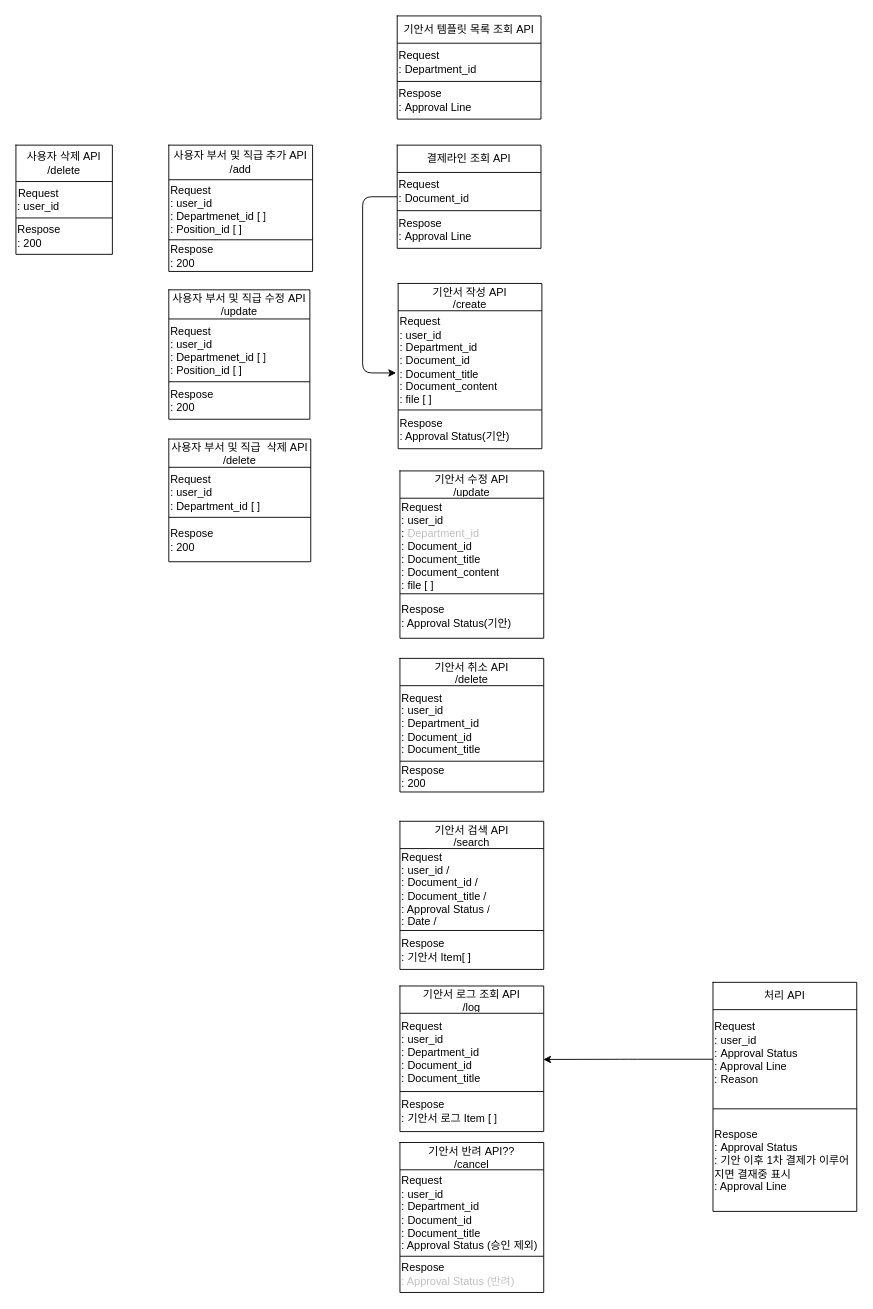
The draw.io diagram page "API" (3 of 6) of 전자결제-다이어그램.drawio in kikii-develope/system_architecture_design, before the edit. Source tidied: cells renumbered, new cells numbered last; positions are measured from the earlier drawing's top-left corner, leaving out a move shared by most shapes. Both pictures are drawn from the tidied source at 91%, with x=0, y=0 at pixel (15, 15).
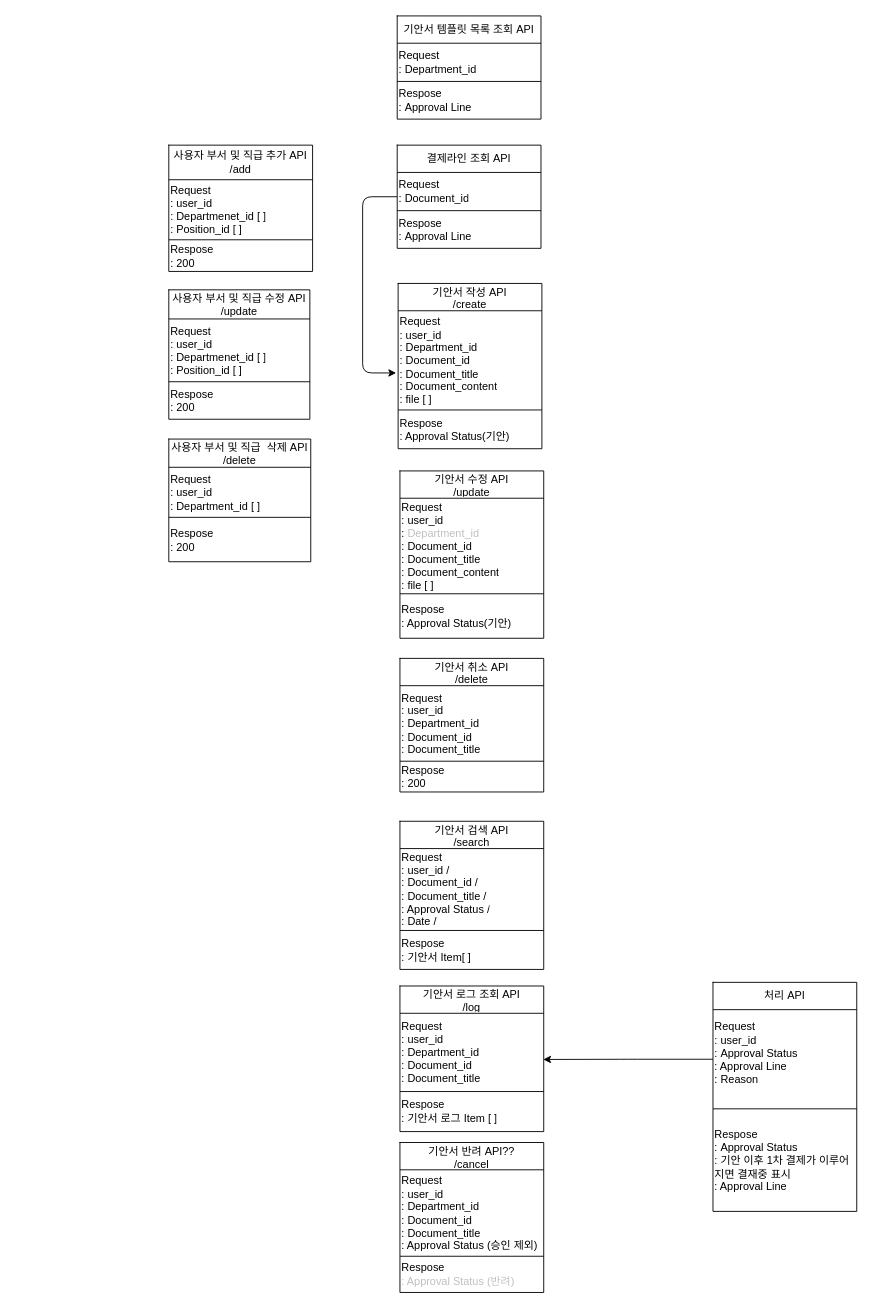
The same diagram, later.

Commit message:
[전자결제] 진행상황 다이어그램 추가

Diff of the diagram source:
```diff
@@
-    <mxCell id="2" style="shape=table;startSize=0;childLayout=tableLayout;" parent="1" vertex="1">
-      <mxGeometry y="142" width="106" height="120" as="geometry" />
-    </mxCell>
-    <mxCell id="3" style="shape=tableRow;horizontal=0;startSize=0;swimlaneHead=0;swimlaneBody=0;strokeColor=inherit;top=0;left=0;bottom=0;right=0;fillColor=none;" parent="2" vertex="1">
-      <mxGeometry width="106" height="40" as="geometry" />
-    </mxCell>
-    <mxCell id="4" value="사용자 삭제 API&lt;div&gt;/delete&lt;/div&gt;" style="shape=partialRectangle;html=1;whiteSpace=wrap;strokeColor=inherit;overflow=hidden;fillColor=none;top=0;left=0;bottom=0;right=0;" parent="3" vertex="1">
-      <mxGeometry width="106" height="40" as="geometry" />
-    </mxCell>
-    <mxCell id="5" style="shape=tableRow;horizontal=0;startSize=0;swimlaneHead=0;swimlaneBody=0;strokeColor=inherit;top=0;left=0;bottom=0;right=0;fillColor=none;" parent="2" vertex="1">
-      <mxGeometry y="40" width="106" height="40" as="geometry" />
-    </mxCell>
-    <mxCell id="6" value="&lt;div style=&quot;text-align: center;&quot;&gt;&lt;span style=&quot;background-color: transparent;&quot;&gt;Request&lt;/span&gt;&lt;/div&gt;&lt;div&gt;: user_id&lt;/div&gt;" style="shape=partialRectangle;html=1;whiteSpace=wrap;strokeColor=inherit;overflow=hidden;fillColor=none;top=0;left=0;bottom=0;right=0;align=left;" parent="5" vertex="1">
-      <mxGeometry width="106" height="40" as="geometry" />
-    </mxCell>
-    <mxCell id="7" style="shape=tableRow;horizontal=0;startSize=0;swimlaneHead=0;swimlaneBody=0;strokeColor=inherit;top=0;left=0;bottom=0;right=0;fillColor=none;" parent="2" vertex="1">
-      <mxGeometry y="80" width="106" height="40" as="geometry" />
-    </mxCell>
-    <mxCell id="8" value="Respose&lt;div&gt;: 200&lt;/div&gt;" style="shape=partialRectangle;html=1;whiteSpace=wrap;strokeColor=inherit;overflow=hidden;fillColor=none;top=0;left=0;bottom=0;right=0;align=left;" parent="7" vertex="1">
-      <mxGeometry width="106" height="40" as="geometry" />
-    </mxCell>
```
